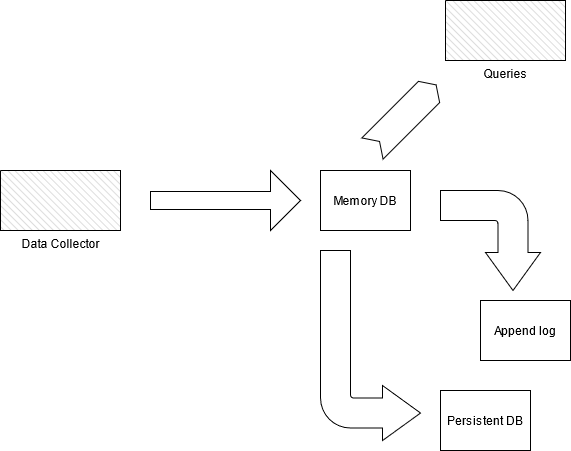
The draw.io diagram images/arch_overview.png in shohamlevy/meteriot, before a commit. Source tidied: cells renumbered, new cells last; positions are measured from the earlier drawing's top-left corner, leaving out a move shared by most shapes.
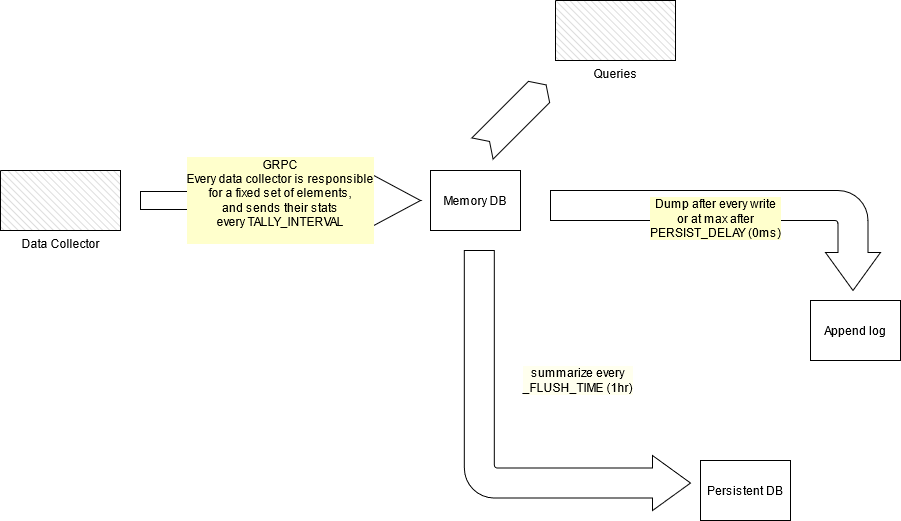
Later version of the same file.

Change to the diagram source:
```diff
@@ -3,31 +3,31 @@
     <mxCell id="0" />
     <mxCell id="1" parent="0" />
     <mxCell id="2" value="Memory DB" style="rounded=0;whiteSpace=wrap;html=1;" parent="1" vertex="1">
-      <mxGeometry x="320" y="170" width="90" height="60" as="geometry" />
+      <mxGeometry x="450" y="190" width="90" height="60" as="geometry" />
     </mxCell>
     <mxCell id="3" value="Persistent DB" style="rounded=0;whiteSpace=wrap;html=1;" parent="1" vertex="1">
-      <mxGeometry x="440" y="390" width="90" height="60" as="geometry" />
+      <mxGeometry x="720" y="480" width="90" height="60" as="geometry" />
     </mxCell>
     <mxCell id="4" value="Append log" style="rounded=0;whiteSpace=wrap;html=1;" parent="1" vertex="1">
-      <mxGeometry x="480" y="300" width="90" height="60" as="geometry" />
+      <mxGeometry x="830" y="320" width="90" height="60" as="geometry" />
     </mxCell>
     <mxCell id="5" value="Queries" style="verticalLabelPosition=bottom;verticalAlign=top;html=1;shape=mxgraph.basic.patternFillRect;fillStyle=diagRev;step=5;fillStrokeWidth=0.2;fillStrokeColor=#dddddd;" parent="1" vertex="1">
-      <mxGeometry x="445" width="120" height="60" as="geometry" />
+      <mxGeometry x="575" y="20" width="120" height="60" as="geometry" />
     </mxCell>
     <mxCell id="6" value="Data Collector" style="verticalLabelPosition=bottom;verticalAlign=top;html=1;shape=mxgraph.basic.patternFillRect;fillStyle=diagRev;step=5;fillStrokeWidth=0.2;fillStrokeColor=#dddddd;" parent="1" vertex="1">
-      <mxGeometry y="170" width="120" height="60" as="geometry" />
+      <mxGeometry x="20" y="190" width="120" height="60" as="geometry" />
     </mxCell>
-    <mxCell id="7" style="shape=singleArrow;whiteSpace=wrap;html=1;" parent="1" vertex="1">
-      <mxGeometry x="150" y="170" width="150" height="60" as="geometry" />
+    <mxCell id="7" value="&lt;div&gt;GRPC&lt;/div&gt;&lt;div&gt;Every data collector is responsible&lt;/div&gt;&lt;div&gt;for a fixed set of elements,&lt;/div&gt;&lt;div&gt;and sends their stats&lt;/div&gt;&lt;div&gt;every TALLY_INTERVAL&lt;br&gt;&lt;/div&gt;&lt;div&gt;&lt;br&gt;&lt;/div&gt;" style="shape=singleArrow;whiteSpace=wrap;html=1;labelBackgroundColor=#FFFFCC;" parent="1" vertex="1">
+      <mxGeometry x="160" y="190" width="280" height="60" as="geometry" />
     </mxCell>
-    <mxCell id="8" style="html=1;shadow=0;dashed=0;align=center;verticalAlign=middle;shape=mxgraph.arrows2.bendArrow;dy=15;dx=38;notch=0;arrowHead=55;rounded=1;rotation=90;" parent="1" vertex="1">
-      <mxGeometry x="440" y="190" width="100" height="100" as="geometry" />
+    <mxCell id="8" value="&lt;div&gt;Dump after every write&lt;/div&gt;&lt;div&gt;or at max after&lt;/div&gt;&lt;div&gt;PERSIST_DELAY (0ms)&lt;br&gt;&lt;/div&gt;" style="html=1;shadow=0;dashed=0;align=center;verticalAlign=top;shape=mxgraph.arrows2.bendArrow;dy=15;dx=38;notch=0;arrowHead=55;rounded=1;rotation=90;horizontal=0;labelBackgroundColor=#FFFFCC;" parent="1" vertex="1">
+      <mxGeometry x="685" y="95" width="100" height="330" as="geometry" />
     </mxCell>
-    <mxCell id="9" style="html=1;shadow=0;dashed=0;align=center;verticalAlign=middle;shape=mxgraph.arrows2.bendArrow;dy=15;dx=38;notch=0;arrowHead=55;rounded=1;rotation=0;flipV=1;" parent="1" vertex="1">
-      <mxGeometry x="320" y="250" width="100" height="190" as="geometry" />
+    <mxCell id="9" value="&lt;div&gt;summarize every&lt;/div&gt;&lt;div&gt;_FLUSH_TIME (1hr)&lt;br&gt;&lt;/div&gt;" style="html=1;shadow=0;dashed=0;align=center;verticalAlign=middle;shape=mxgraph.arrows2.bendArrow;dy=15;dx=38;notch=0;arrowHead=55;rounded=1;rotation=0;flipV=1;horizontal=1;labelBackgroundColor=#FFFFEE;" parent="1" vertex="1">
+      <mxGeometry x="483.8" y="270" width="226.2" height="260" as="geometry" />
     </mxCell>
     <mxCell id="10" style="html=1;shadow=0;dashed=0;align=center;verticalAlign=middle;shape=mxgraph.arrows2.arrow;dy=0;dx=10;notch=10;rotation=-45;" parent="1" vertex="1">
-      <mxGeometry x="358.8" y="101.2" width="90" height="30" as="geometry" />
+      <mxGeometry x="488.8" y="121.2" width="90" height="30" as="geometry" />
     </mxCell>
   </root>
 </mxGraphModel>
```
